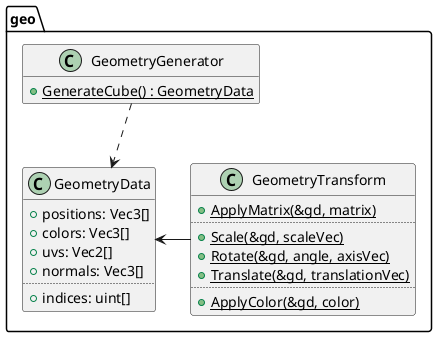
The PlantUML diagram design/shapes.png in ba6er/marblemaze, before a commit.
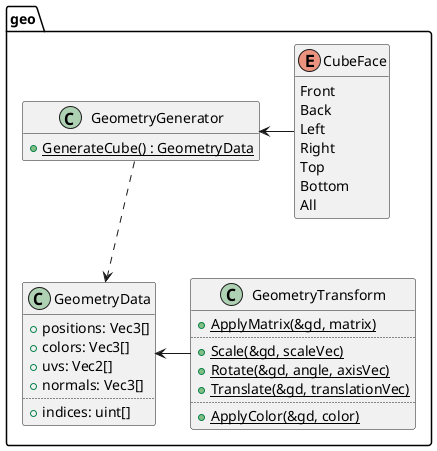
The same diagram one commit later.

Commit message:
Added geo::CubeFace for generated cubes without all faces. Replaced RenderAssetManger::initFromConfig(string to string_view)

Change to the diagram source:
```diff
@@ -1,5 +1,16 @@
 @startuml
 set separator ::
+
+enum geo::CubeFace {
+	Front
+	Back
+	Left
+	Right
+	Top
+	Bottom
+	All
+}
+hide CubeFace methods
 
 class geo::GeometryData {
 	+positions: Vec3[]
@@ -27,6 +38,8 @@
 }
 hide GeometryTransform fields
 
+GeometryGenerator <-right- CubeFace
+
 GeometryData <.up. GeometryGenerator
 GeometryData <-right- GeometryTransform
 
```
